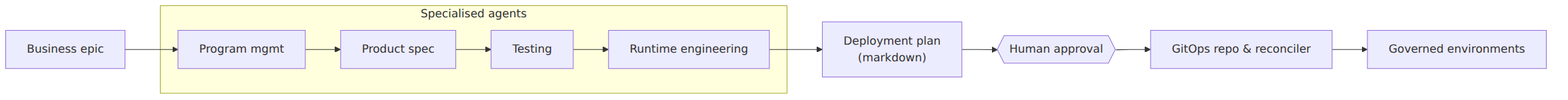
The Mermaid diagram images/software-factory.png in sachiachar/sachidananda-karkala, before a commit. Its source is kept beside it as diagrams/software-factory.mmd.
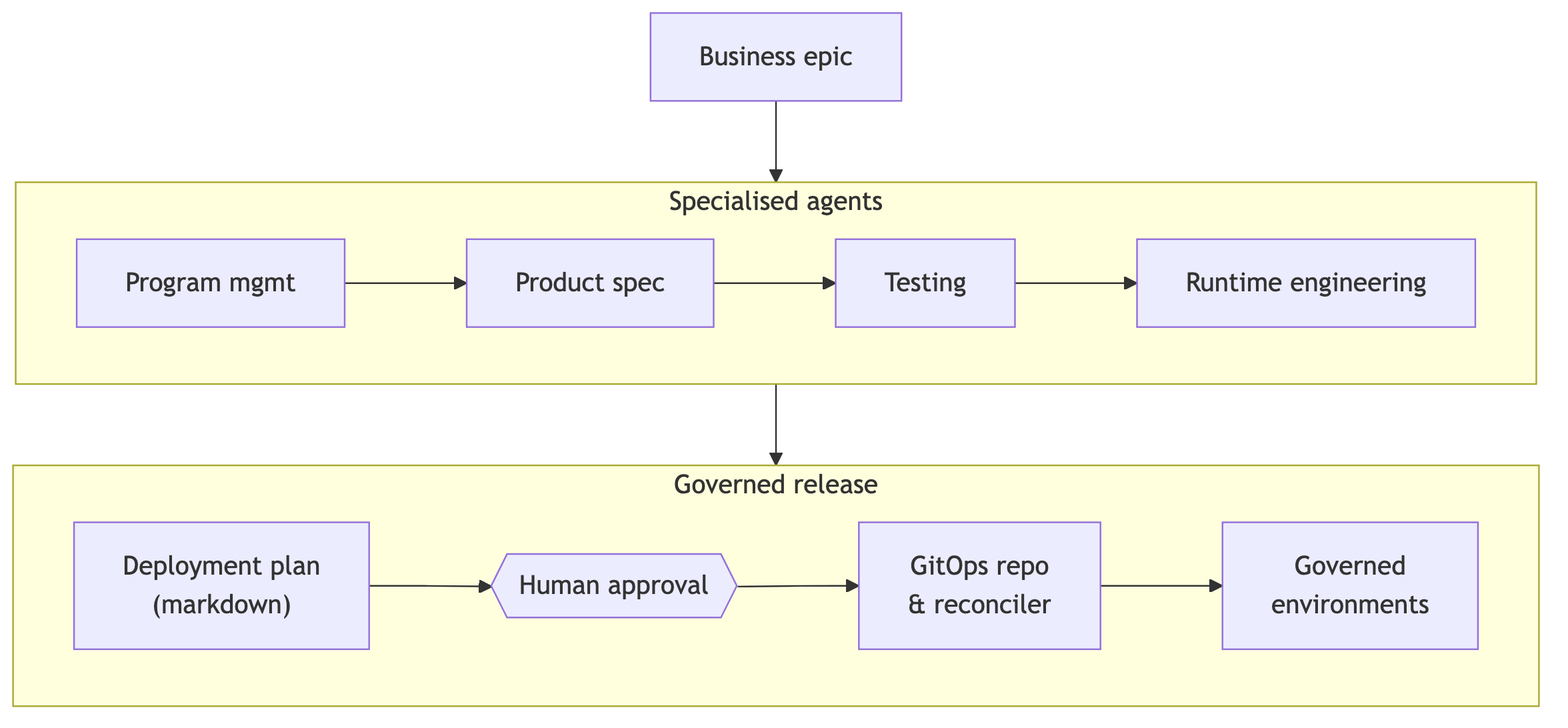
The same file after the commit.

Change to the diagram source:
```diff
@@ -1,13 +1,11 @@
-flowchart LR
+flowchart TB
   epic["Business epic"]
   subgraph factory["Specialised agents"]
-    pm["Program mgmt"]
-    pdm["Product spec"]
-    qa["Testing"]
-    re["Runtime engineering"]
+    direction LR
+    pm["Program mgmt"] --> pdm["Product spec"] --> qa["Testing"] --> re["Runtime engineering"]
   end
-  plan["Deployment plan<br/>(markdown)"]
-  hitl{{"Human approval"}}
-  gitops["GitOps repo & reconciler"]
-  env["Governed environments"]
-  epic --> pm --> pdm --> qa --> re --> plan --> hitl --> gitops --> env
+  subgraph release["Governed release"]
+    direction LR
+    plan["Deployment plan<br/>(markdown)"] --> hitl{{"Human approval"}} --> gitops["GitOps repo<br/>& reconciler"] --> env["Governed<br/>environments"]
+  end
+  epic --> factory --> release
```
